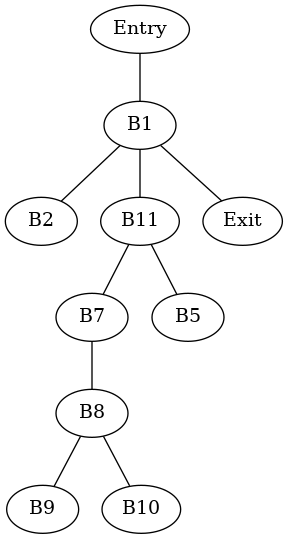
Before: control_flow/analysis/examples/fib_001_domtree.png, a diagram exported from Graphviz (aprell/compiler-potpourri). Its source is kept beside it as control_flow/analysis/examples/fib_001_domtree.dot.
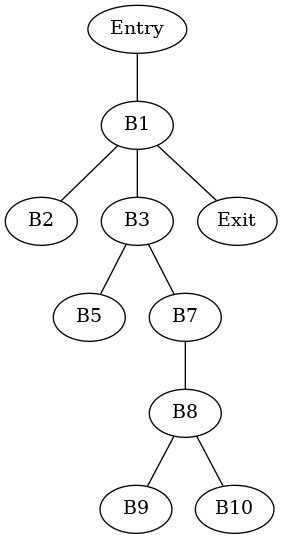
The same diagram one commit later.

What changed in the source:
```diff
@@ -1,11 +1,11 @@
 graph DominatorTree {
     Entry -- B1;
     B1 -- B2;
-    B1 -- B11;
+    B1 -- B3;
     B1 -- Exit;
+    B3 -- B5;
+    B3 -- B7;
     B7 -- B8;
     B8 -- B9;
     B8 -- B10;
-    B11 -- B5;
-    B11 -- B7;
 }
```
